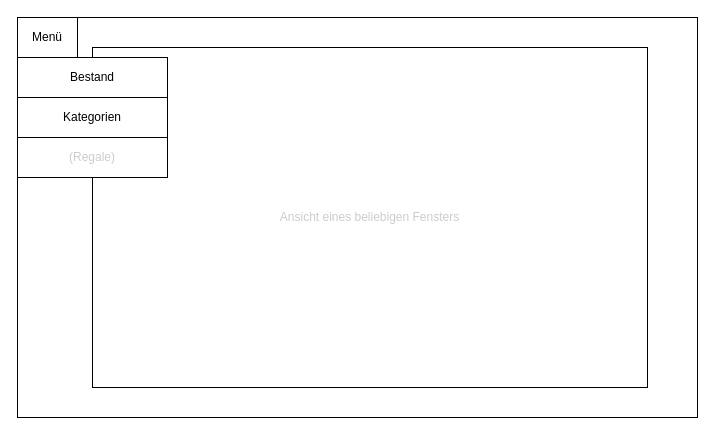
This is dev/mockups/raw/Menü.drawio from callidaria/pen-testing, a draw.io file, before an edit. Source tidied: cells renumbered, new cells numbered last; positions are measured from the earlier drawing's top-left corner, leaving out a move shared by most shapes. Both pictures are drawn from the tidied source at 100%, with x=0, y=0 at pixel (17, 17).
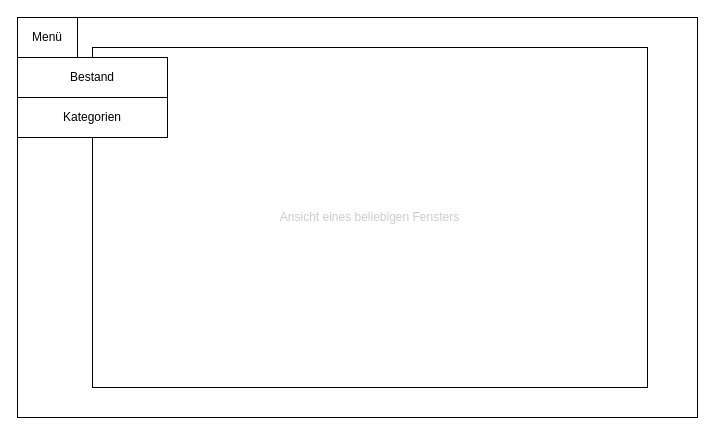
Above is the later version.

Diff of the diagram source:
```diff
@@
 <mxGraphModel>
   <root>
     <mxCell id="0" />
     <mxCell id="1" parent="0" />
     <mxCell id="2" style="rounded=0;whiteSpace=wrap;html=1;" parent="1" vertex="1">
       <mxGeometry width="680" height="400" as="geometry" />
     </mxCell>
     <mxCell id="3" value="&lt;font color=&quot;#cccccc&quot;&gt;Ansicht eines beliebigen Fensters&lt;/font&gt;" style="rounded=0;whiteSpace=wrap;html=1;" parent="1" vertex="1">
       <mxGeometry x="75" y="30" width="555" height="340" as="geometry" />
     </mxCell>
     <mxCell id="4" value="Menü" style="rounded=0;whiteSpace=wrap;html=1;" parent="1" vertex="1">
       <mxGeometry width="60" height="40" as="geometry" />
     </mxCell>
     <mxCell id="5" value="Bestand" style="rounded=0;whiteSpace=wrap;html=1;" parent="1" vertex="1">
       <mxGeometry y="40" width="150" height="40" as="geometry" />
     </mxCell>
-    <mxCell id="6" value="&lt;font color=&quot;#cccccc&quot;&gt;(Regale)&lt;/font&gt;" style="rounded=0;whiteSpace=wrap;html=1;" parent="1" vertex="1">
-      <mxGeometry y="120" width="150" height="40" as="geometry" />
-    </mxCell>
     <mxCell id="7" value="Kategorien" style="rounded=0;whiteSpace=wrap;html=1;" parent="1" vertex="1">
       <mxGeometry y="80" width="150" height="40" as="geometry" />
     </mxCell>
   </root>
 </mxGraphModel>
```
